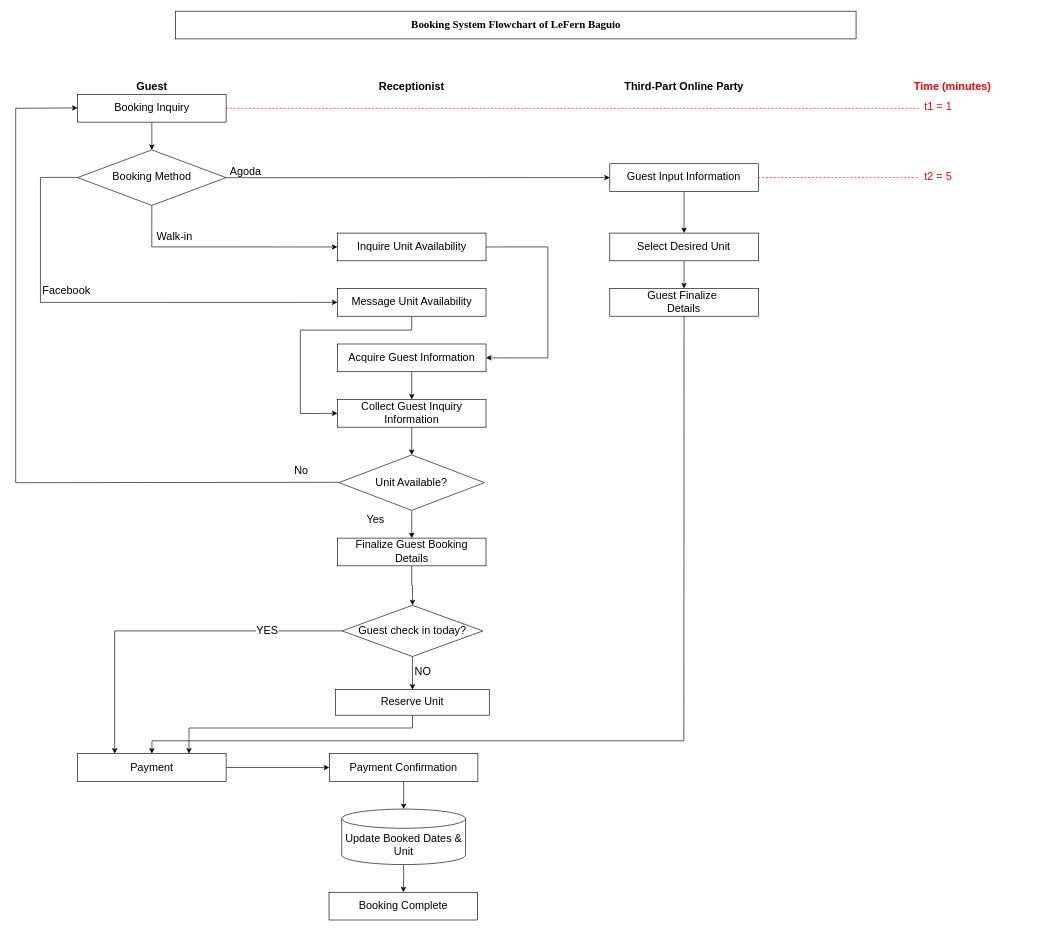
Earlier version of the draw.io diagram CC13/LeFernSystemFlowchartUpdated.drawio (doyaoencab/draw.io). Source tidied: cells renumbered, new cells numbered last; positions are measured from the earlier drawing's top-left corner, leaving out a move shared by most shapes. Both pictures are drawn from the tidied source at 64%, with x=0, y=0 at pixel (15, 11).
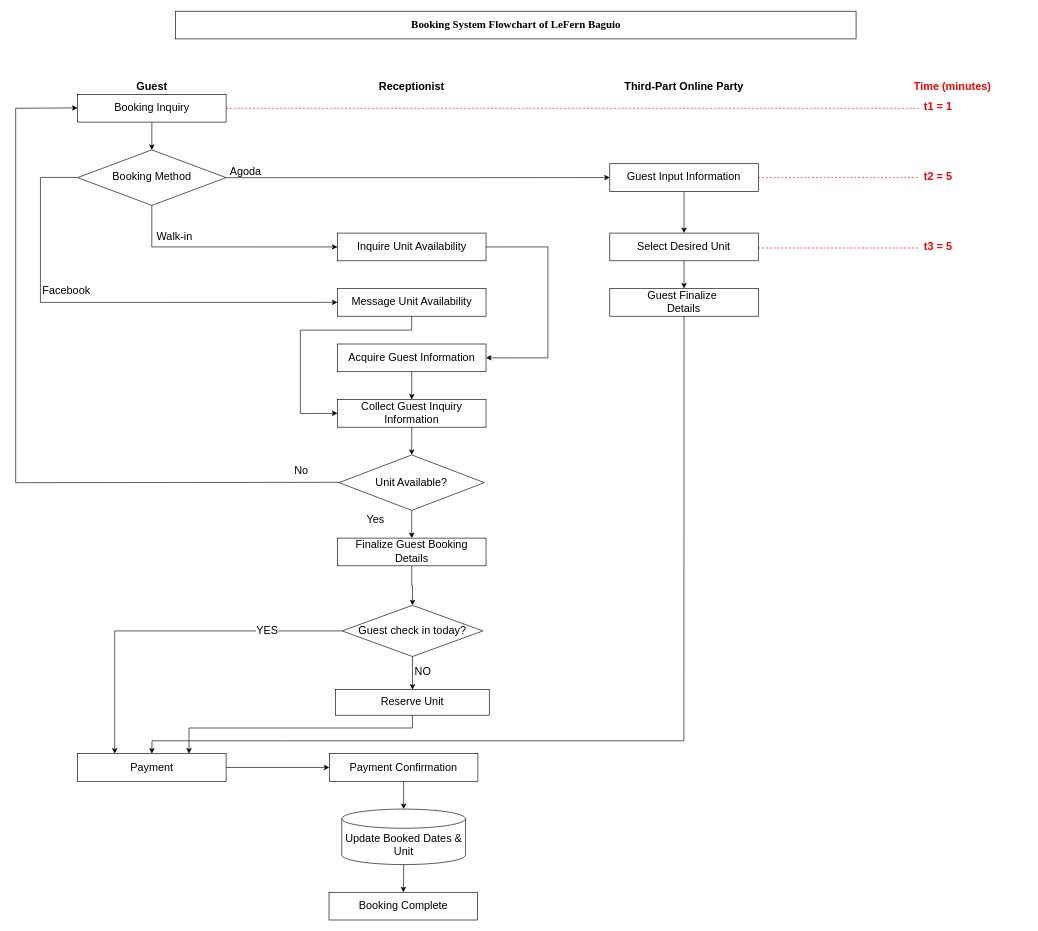
After the change.

Change to the diagram source:
```diff
@@
-    <mxCell id="57" value="t1 = 1" style="text;html=1;align=center;verticalAlign=middle;strokeColor=none;fillColor=none;fontColor=#FF0000;fontSize=17;" parent="1" vertex="1">
+    <mxCell id="57" value="t1 = 1" style="text;html=1;align=center;verticalAlign=middle;strokeColor=none;fillColor=none;fontColor=#FF0000;fontSize=17;fontStyle=1;" parent="1" vertex="1">
       <mxGeometry x="1405.6" y="135.4" width="70" height="30" as="geometry" />
     </mxCell>
@@
-    <mxCell id="66" value="t2 = 5" style="text;html=1;align=center;verticalAlign=middle;strokeColor=none;fillColor=none;fontColor=#FF0000;fontSize=17;" parent="1" vertex="1">
+    <mxCell id="66" value="&lt;b&gt;t2 = 5&lt;/b&gt;" style="text;html=1;align=center;verticalAlign=middle;strokeColor=none;fillColor=none;fontColor=#FF0000;fontSize=17;" parent="1" vertex="1">
       <mxGeometry x="1405.6" y="245" width="70" height="30" as="geometry" />
     </mxCell>
+    <mxCell id="67" style="endArrow=none;dashed=1;html=1;rounded=0;exitX=1;exitY=0.5;exitDx=0;exitDy=0;fontColor=#FF0000;strokeColor=light-dark(#ff0000, #ededed);" parent="1" edge="1">
+      <mxGeometry relative="1" as="geometry">
+        <mxPoint x="1160.3" y="370" as="sourcePoint" />
+        <mxPoint x="1410.3" y="370" as="targetPoint" />
+      </mxGeometry>
+    </mxCell>
+    <mxCell id="68" value="&lt;b&gt;t3 = 5&lt;/b&gt;" style="text;html=1;align=center;verticalAlign=middle;strokeColor=none;fillColor=none;fontColor=#FF0000;fontSize=17;" parent="1" vertex="1">
+      <mxGeometry x="1405.6" y="353.3" width="70" height="30" as="geometry" />
+    </mxCell>
```
